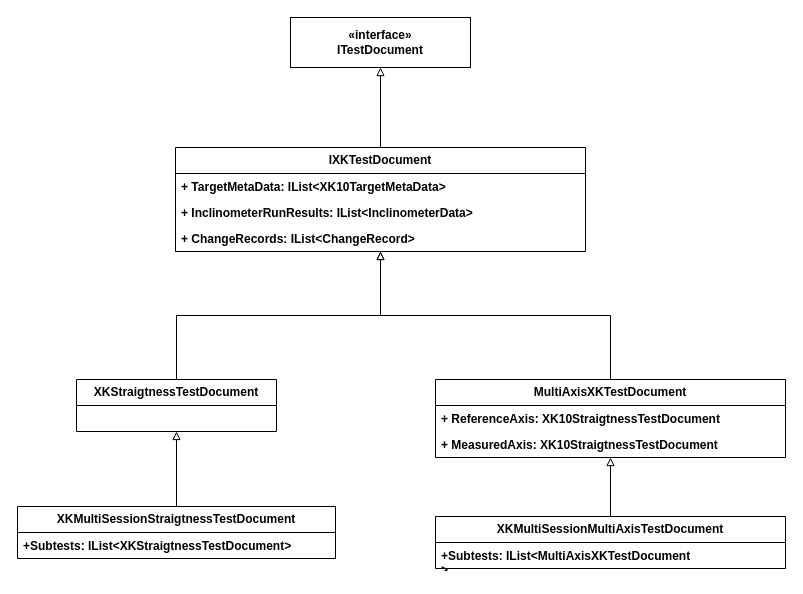
Before: XK10 Documents Structure.drawio in AmolSJawalkar/DrawIO, a draw.io diagram. Source tidied: cells renumbered, new cells numbered last; positions are measured from the earlier drawing's top-left corner, leaving out a move shared by most shapes. Both pictures are drawn from the tidied source at 100%, with x=0, y=0 at pixel (17, 17).
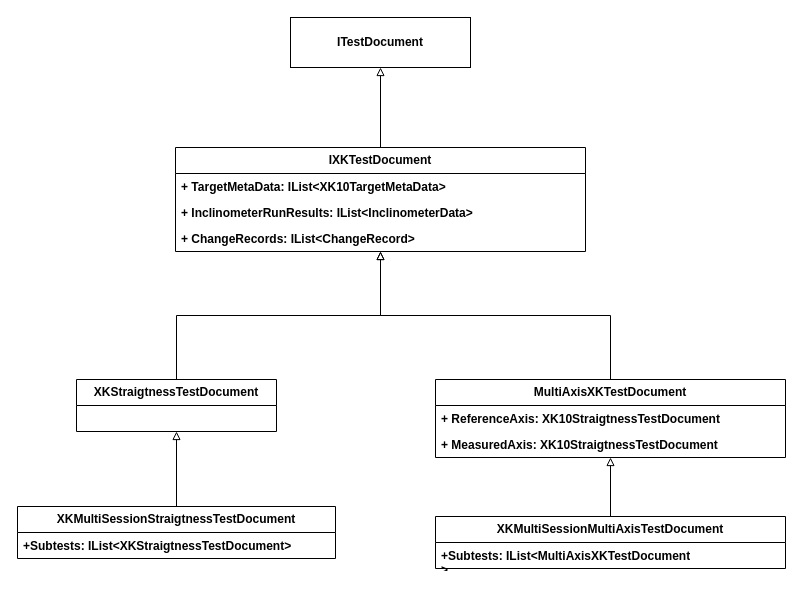
Above is the later version.

What changed in the source:
```diff
@@
 <mxGraphModel>
   <root>
     <mxCell id="0" />
     <mxCell id="1" parent="0" />
-    <mxCell id="2" value="«interface»&lt;br&gt;&lt;span&gt;ITestDocument&lt;/span&gt;" style="html=1;whiteSpace=wrap;fontStyle=1;" parent="1" vertex="1">
+    <mxCell id="2" value="&lt;span&gt;ITestDocument&lt;/span&gt;" style="html=1;whiteSpace=wrap;fontStyle=1;" parent="1" vertex="1">
       <mxGeometry x="273" width="180" height="50" as="geometry" />
     </mxCell>
     <mxCell id="3" style="edgeStyle=orthogonalEdgeStyle;rounded=0;jettySize=auto;html=1;entryX=0.5;entryY=1;entryDx=0;entryDy=0;endArrow=block;endFill=0;fontStyle=1;" parent="1" edge="1" source="4" target="2">
       <mxGeometry relative="1" as="geometry" />
     </mxCell>
     <mxCell id="4" value="IXKTestDocument" style="swimlane;fontStyle=1;horizontal=1;startSize=26;fillColor=none;whiteSpace=wrap;html=1;" parent="1" vertex="1">
       <mxGeometry x="158" y="130" width="410" height="104" as="geometry" />
     </mxCell>
     <mxCell id="5" value="+ TargetMetaData:&amp;nbsp;IList&amp;lt;XK10TargetMetaData&amp;gt;" style="text;strokeColor=none;fillColor=none;align=left;verticalAlign=top;spacingLeft=4;spacingRight=4;overflow=hidden;whiteSpace=wrap;html=1;fontStyle=1;" parent="4" vertex="1">
       <mxGeometry y="26" width="410" height="26" as="geometry" />
     </mxCell>
     <mxCell id="6" value="+ InclinometerRunResults:&amp;nbsp;IList&amp;lt;InclinometerData&amp;gt;" style="text;strokeColor=none;fillColor=none;align=left;verticalAlign=top;spacingLeft=4;spacingRight=4;overflow=hidden;whiteSpace=wrap;html=1;fontStyle=1;" parent="4" vertex="1">
       <mxGeometry y="52" width="410" height="26" as="geometry" />
     </mxCell>
     <mxCell id="7" value="+ ChangeRecords:&amp;nbsp;IList&amp;lt;ChangeRecord&amp;gt;" style="text;strokeColor=none;fillColor=none;align=left;verticalAlign=top;spacingLeft=4;spacingRight=4;overflow=hidden;whiteSpace=wrap;html=1;fontStyle=1;" parent="4" vertex="1">
       <mxGeometry y="78" width="410" height="26" as="geometry" />
     </mxCell>
     <mxCell id="8" style="edgeStyle=orthogonalEdgeStyle;rounded=0;jettySize=auto;html=1;endArrow=block;endFill=0;fontStyle=1;" parent="1" edge="1" source="9" target="4">
       <mxGeometry relative="1" as="geometry" />
     </mxCell>
     <mxCell id="9" value="XKStraigtnessTestDocument" style="swimlane;fontStyle=1;horizontal=1;startSize=26;fillColor=none;whiteSpace=wrap;html=1;" parent="1" vertex="1">
       <mxGeometry x="59" y="362" width="200" height="52" as="geometry" />
     </mxCell>
     <mxCell id="10" style="edgeStyle=orthogonalEdgeStyle;rounded=0;jettySize=auto;html=1;endArrow=block;endFill=0;fontStyle=1;" parent="1" edge="1" source="11" target="4">
       <mxGeometry relative="1" as="geometry" />
     </mxCell>
     <mxCell id="11" value="MultiAxisXKTestDocument" style="swimlane;fontStyle=1;horizontal=1;startSize=26;fillColor=none;whiteSpace=wrap;html=1;" parent="1" vertex="1">
       <mxGeometry x="418" y="362" width="350" height="78" as="geometry" />
     </mxCell>
     <mxCell id="12" value="+ ReferenceAxis:&amp;nbsp;XK10StraigtnessTestDocument" style="text;strokeColor=none;fillColor=none;align=left;verticalAlign=top;spacingLeft=4;spacingRight=4;overflow=hidden;whiteSpace=wrap;html=1;fontStyle=1;" parent="11" vertex="1">
       <mxGeometry y="26" width="350" height="26" as="geometry" />
     </mxCell>
     <mxCell id="13" value="+ MeasuredAxis:&amp;nbsp;XK10StraigtnessTestDocument" style="text;strokeColor=none;fillColor=none;align=left;verticalAlign=top;spacingLeft=4;spacingRight=4;overflow=hidden;whiteSpace=wrap;html=1;fontStyle=1;" parent="11" vertex="1">
       <mxGeometry y="52" width="350" height="26" as="geometry" />
     </mxCell>
     <mxCell id="14" style="edgeStyle=orthogonalEdgeStyle;rounded=0;jettySize=auto;html=1;endArrow=block;endFill=0;fontStyle=1;" parent="1" edge="1" source="15" target="9">
       <mxGeometry relative="1" as="geometry" />
     </mxCell>
     <mxCell id="15" value="XKMultiSessionStraigtnessTestDocument" style="swimlane;fontStyle=1;horizontal=1;startSize=26;fillColor=none;whiteSpace=wrap;html=1;" parent="1" vertex="1">
       <mxGeometry y="489" width="318" height="52" as="geometry" />
     </mxCell>
     <mxCell id="16" value="+Subtests: IList&amp;lt;XKStraigtnessTestDocument&amp;gt;" style="text;strokeColor=none;fillColor=none;align=left;verticalAlign=top;spacingLeft=4;spacingRight=4;overflow=hidden;whiteSpace=wrap;html=1;fontStyle=1;" parent="15" vertex="1">
       <mxGeometry y="26" width="318" height="26" as="geometry" />
     </mxCell>
     <mxCell id="17" style="edgeStyle=orthogonalEdgeStyle;rounded=0;jettySize=auto;html=1;endArrow=block;endFill=0;" parent="1" edge="1" source="18" target="11">
       <mxGeometry relative="1" as="geometry" />
     </mxCell>
     <mxCell id="18" value="XKMultiSessionMultiAxisTestDocument" style="swimlane;fontStyle=1;horizontal=1;startSize=26;fillColor=none;whiteSpace=wrap;html=1;" parent="1" vertex="1">
       <mxGeometry x="418" y="499" width="350" height="52" as="geometry" />
     </mxCell>
     <mxCell id="19" value="+Subtests: IList&amp;lt;MultiAxisXKTestDocument&lt;br&gt;&amp;gt;" style="text;strokeColor=none;fillColor=none;align=left;verticalAlign=top;spacingLeft=4;spacingRight=4;overflow=hidden;whiteSpace=wrap;html=1;fontStyle=1;" parent="18" vertex="1">
       <mxGeometry y="26" width="350" height="26" as="geometry" />
     </mxCell>
   </root>
 </mxGraphModel>
```
